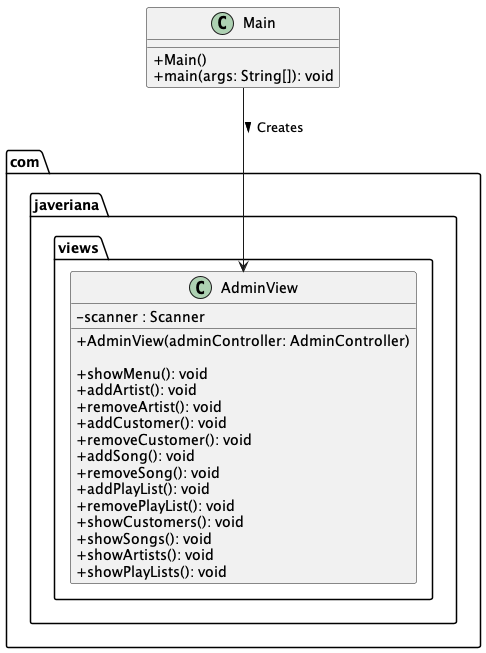
clase-programacion-avanzada/JAVA-Workshop-7 keeps this PlantUML diagram as assets/workshop7-diagram-main-spotify.png. Above is the earlier version. The source it was exported from:
```plantuml
@startuml
skinparam classAttributeIconSize 0
class com.javeriana.models.Artist $Artist {
    - id: UUID
    - name: String

    + Artist(id: UUID, name: String)
    + Artist(name: String)
}

class com.javeriana.models.Customer $Customer {
    - id: UUID
    - username: String
    - password: String
    - name: String
    - lastName: String
    - age: int

    + Customer(username: String, password: String, name: String, lastName: String, age: int)
    + Customer(UUID: id, username: String, password: String, name: String, lastName: String, age: int, List<Artist> followedArtists, List<playList> playLists)
}

class com.javeriana.models.playList $PlayList {
    - id: UUID
    - name: String

    + playList(name: String)
    + playList(UUID: id, name: String, List<Song> songs)
}

class com.javeriana.models.Song $Song {
    - id: UUID
    - name: String
    - genre: String
    - durationInSeconds: int
    - album: String

    + Song(name: String, genre: String, durationInSeconds: int, album: String)
    + Song(UUID: id, name: String, genre: String, durationInSeconds: int, album: String, List<Artist> artists)
}

class com.javeriana.services.ArtistService $ArtistService {

    + ArtistService()

    + getArtists(): List<Artist>
    + addArtist(name: String): Artist
    + removeArtist(id: String): boolean
    + getArtistById(id: String): Artist
    + getArtistsToString(): List<String>
}

class com.javeriana.services.CustomerAdminService $CustomerAdminService {

    + CustomerAdminService()

    + getCustomers(): List<Customer>
    + addCustomer(username: String, password: String, name: String, lastName: String, age: int): Customer
    + removeCustomer(id: String): boolean
    + getCustomerById(id: String): Customer
    + getCustomersToString(): List<String>
}

class com.javeriana.services.SongService $SongService {

    + SongService()

    + getSongs(): List<Song>
    + addSong(name: String, genre: String, durationInSeconds: int, album: String, List<Artist>): Song
    + removeSong(id: String): boolean
    + getSongById(id: String): Song
    + getSongsToString(): List<String>
}

class com.javeriana.services.PlayListService $PlayListService {

    + PlayListService()

    + getPlayLists(): List<playList>
    + addPlayList(name: String): playList
    + removePlayList(id: String): boolean
    + getPlayListById(id: String): playList
    + getPlayListsToString(): List<String>
}

class com.javeriana.controllers.AdminController $AdminController {

    + AdminController(artistService: ArtistService, customerAdminService: CustomerAdminService, songService: SongService, playListService: PlayListService)

    + addArtist(name: String): void
    + removeArtist(id: String): void
    + addCustomer(username: String, password: String, name: String, lastName: String, age: int): void
    + removeCustomer(id: String): void
    + addSong(name: String, genre: String, durationInSeconds: int, album: String, List<Artist>): void
    + removeSong(id: String): void
    + addPlayList(name: String): void
    + removePlayList(id: String): void
    + getCustomersToString(): List<String>
    + getSongsToString(): List<String>
    + getArtistsToString(): List<String>
    + getPlayListsToString(): List<String>

}

class com.javeriana.views.AdminView $AdminView {

    - scanner : Scanner

    + AdminView(adminController: AdminController)

    + showMenu(): void
    + addArtist(): void
    + removeArtist(): void
    + addCustomer(): void
    + removeCustomer(): void
    + addSong(): void
    + removeSong(): void
    + addPlayList(): void
    + removePlayList(): void
    + showCustomers(): void
    + showSongs(): void
    + showArtists(): void
    + showPlayLists(): void
}

class Main $Main {

    + Main()
    + main(args: String[]): void


}

com.javeriana.models.Customer "1" o-> "0..*" com.javeriana.models.playList : Has a list (playLists) >
com.javeriana.models.Customer "1" o--> "0..*" com.javeriana.models.Artist : Has a list (followedArtists) >
com.javeriana.models.playList "1" o--> "0..*" com.javeriana.models.Song : Has a list (songs) >
com.javeriana.models.Song "1" *-> "1..*" com.javeriana.models.Artist : Has a list (artists) >

com.javeriana.services.ArtistService "1" o--> "*" com.javeriana.models.Artist : Has a list (artists) >
com.javeriana.services.CustomerAdminService "1" o--> "*" com.javeriana.models.Customer : Has a list (customers) >
com.javeriana.services.SongService "1" o-> "*" com.javeriana.models.Song : Has a list (songs) >
com.javeriana.services.PlayListService "1" o-> "*" com.javeriana.models.playList : Has a list (playLists) >

com.javeriana.controllers.AdminController "1" *--> "1" com.javeriana.services.ArtistService : Uses >
com.javeriana.controllers.AdminController "1" *--> "1" com.javeriana.services.CustomerAdminService : Uses >
com.javeriana.controllers.AdminController "1" *--> "1" com.javeriana.services.SongService : Uses >
com.javeriana.controllers.AdminController "1" *--> "1" com.javeriana.services.PlayListService : Uses >

com.javeriana.views.AdminView "1" *--> "1" com.javeriana.controllers.AdminController : Uses >

Main -down-> AdminView : Creates >







remove $AdminController

remove $CustomerAdminService
remove $SongService
remove $PlayListService
remove $ArtistService

remove $Artist
remove $Customer
remove $Song
remove $PlayList


@enduml
```
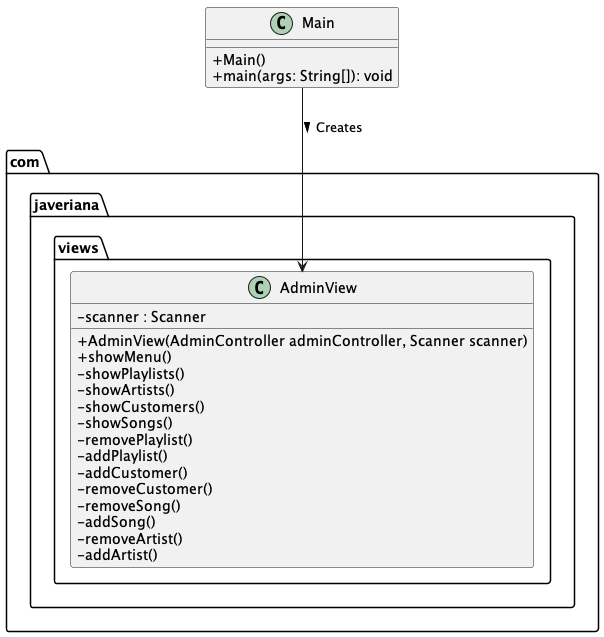
The same diagram one commit later.

Diff of the diagram source:
```diff
@@ -1,6 +1,6 @@
 @startuml
 skinparam classAttributeIconSize 0
-class com.javeriana.models.Artist $Artist {
+class com.javeriana.model.Artist $Artist {
     - id: UUID
     - name: String
 
@@ -8,7 +8,7 @@
     + Artist(name: String)
 }
 
-class com.javeriana.models.Customer $Customer {
+class com.javeriana.model.Customer $Customer {
     - id: UUID
     - username: String
     - password: String
@@ -18,87 +18,136 @@
 
     + Customer(username: String, password: String, name: String, lastName: String, age: int)
     + Customer(UUID: id, username: String, password: String, name: String, lastName: String, age: int, List<Artist> followedArtists, List<playList> playLists)
+
+
+    + getId() : UUID
+    + getUsername() : String
+    + setUsername(String username)
+    + getPassword() : String
+    + setPassword(String password)
+    + getName() : String
+    + setName(String name)
+    + getLastName() : String
+    + setLastName(String lastName)
+    + getAge() : int
+    + setAge(int age)
+    + addArtist(Artist artist) : boolean
+    + removePlaylist(UUID id) : boolean
+    + removeArtist(UUID artistId)
+    + removeSongFromPlayLists(UUID songId)
+    + toString() : String
+    - getPlaylistById(UUID id) : Playlist
+    - getArtistById(UUID id) : Artist
 }
 
-class com.javeriana.models.playList $PlayList {
+class com.javeriana.model.Playlist $Playlist {
     - id: UUID
     - name: String
 
     + playList(name: String)
     + playList(UUID: id, name: String, List<Song> songs)
+
+
+    + getId() : UUID
+    + getName() : String
+    + setName(String name)
+    + getSongs() : List<Song>
+    + removeSong(UUID songId)
+    + removeSongsOfArtist(UUID artistId)
+    + toString() : String
+    - getSongById(UUID songId) : Song
 }
 
-class com.javeriana.models.Song $Song {
+class com.javeriana.model.Song $Song {
     - id: UUID
     - name: String
     - genre: String
     - durationInSeconds: int
     - album: String
 
-    + Song(name: String, genre: String, durationInSeconds: int, album: String)
-    + Song(UUID: id, name: String, genre: String, durationInSeconds: int, album: String, List<Artist> artists)
+    + Song(String name, String genre, int durationInSeconds, String album, List<Artist> artists)
+    + Song(UUID id, String name, String genre, int durationInSeconds, String album, List<Artist> artists)
+    + getId() : UUID
+    + getName() : String
+    + setName(String name)
+    + getGenre() : String
+    + setGenre(String genre)
+    + getDurationInSeconds() : int
+    + setDurationInSeconds(int durationInSeconds)
+    + getAlbum() : String
+    + setAlbum(String album)
+    + getArtists() : List<Artist>
+    + hasArtist(UUID artistId) : boolean
+    + toString() : String
 }
 
-class com.javeriana.services.ArtistService $ArtistService {
+class com.javeriana.service.ArtistService $ArtistService {
 
     + ArtistService()
 
-    + getArtists(): List<Artist>
-    + addArtist(name: String): Artist
-    + removeArtist(id: String): boolean
-    + getArtistById(id: String): Artist
-    + getArtistsToString(): List<String>
+
+    + getArtists() : List<Artist>
+    + addArtist(String name) : Artist
+    + getArtistById(UUID id) : Artist
+    + removeArtist(UUID id) : boolean
+    + getArtistsToString() : List<String>
+    + getArtistsByIds(List<UUID> artists) : List<Artist>
 }
 
-class com.javeriana.services.CustomerAdminService $CustomerAdminService {
+class com.javeriana.service.CustomerAdminService $CustomerAdminService {
 
     + CustomerAdminService()
 
-    + getCustomers(): List<Customer>
-    + addCustomer(username: String, password: String, name: String, lastName: String, age: int): Customer
-    + removeCustomer(id: String): boolean
-    + getCustomerById(id: String): Customer
-    + getCustomersToString(): List<String>
+
+    + getCustomers() : List<Customer>
+    + addCustomer(String username, String password, String name, String lastName, int age)
+    + removeCustomer(UUID id) : boolean
+    + getCustomerById(UUID id) : Customer
+    + getCustomersToString() : List<String>
+    + removePlaylistFromCustomers(UUID playlistId)
+    + removeArtistFromCustomers(UUID artistId)
 }
 
-class com.javeriana.services.SongService $SongService {
+class com.javeriana.service.SongService $SongService {
 
     + SongService()
 
-    + getSongs(): List<Song>
-    + addSong(name: String, genre: String, durationInSeconds: int, album: String, List<Artist>): Song
-    + removeSong(id: String): boolean
-    + getSongById(id: String): Song
-    + getSongsToString(): List<String>
+
+    + getSongs() : List<Song>
+    + addSong(String name, String genre, int durationInSeconds, String album, List<Artist> artists)
+    + removeSong(UUID songId) : boolean
+    + getSongById(UUID songId) : Song
+    + removeSongsOfArtist(UUID artistId)
+    + getSongsToString() : List<String>
 }
 
-class com.javeriana.services.PlayListService $PlayListService {
+class com.javeriana.service.PlaylistService $PlaylistService {
 
-    + PlayListService()
-
-    + getPlayLists(): List<playList>
-    + addPlayList(name: String): playList
-    + removePlayList(id: String): boolean
-    + getPlayListById(id: String): playList
-    + getPlayListsToString(): List<String>
+    + PlaylistService()
+    + getPlaylists() : List<Playlist>
+    + addPlaylist(String name)
+    + removePlaylist(UUID id) : boolean
+    + getPlaylistById(UUID id) : Playlist
+    + removeSongsOfArtist(UUID artistId)
+    + getPlaylistsToString() : List<String>
+    + removeSongFromPlaylists(UUID uuid)
 }
 
-class com.javeriana.controllers.AdminController $AdminController {
+class com.javeriana.controller.AdminController $AdminController {
 
-    + AdminController(artistService: ArtistService, customerAdminService: CustomerAdminService, songService: SongService, playListService: PlayListService)
-
-    + addArtist(name: String): void
-    + removeArtist(id: String): void
-    + addCustomer(username: String, password: String, name: String, lastName: String, age: int): void
-    + removeCustomer(id: String): void
-    + addSong(name: String, genre: String, durationInSeconds: int, album: String, List<Artist>): void
-    + removeSong(id: String): void
-    + addPlayList(name: String): void
-    + removePlayList(id: String): void
-    + getCustomersToString(): List<String>
-    + getSongsToString(): List<String>
-    + getArtistsToString(): List<String>
-    + getPlayListsToString(): List<String>
+     + AdminController(ArtistService artistService, CustomerAdminService customerAdminService, SongService songService, PlaylistService playlistService)
+     + addArtist(String name)
+     + removeArtist(String id)
+     + addCustomer(String username, String password, String name, String lastName, int age)
+     + removeCustomer(String id)
+     + addSong(String name, String genre, int durationInSeconds, String album, List<String> artistIds)
+     + removeSong(String id)
+     + addPlaylist(String name)
+     + removePlaylist(String id)
+     + getArtistsToString() : List<String>
+     + getCustomersToString() : List<String>
+     + getSongsToString() : List<String>
+     + getPlaylistsToString() : List<String>
 
 }
 
@@ -106,21 +155,20 @@
 
     - scanner : Scanner
 
-    + AdminView(adminController: AdminController)
-
-    + showMenu(): void
-    + addArtist(): void
-    + removeArtist(): void
-    + addCustomer(): void
-    + removeCustomer(): void
-    + addSong(): void
-    + removeSong(): void
-    + addPlayList(): void
-    + removePlayList(): void
-    + showCustomers(): void
-    + showSongs(): void
-    + showArtists(): void
-    + showPlayLists(): void
+    + AdminView(AdminController adminController, Scanner scanner)
+    + showMenu()
+    - showPlaylists()
+    - showArtists()
+    - showCustomers()
+    - showSongs()
+    - removePlaylist()
+    - addPlaylist()
+    - addCustomer()
+    - removeCustomer()
+    - removeSong()
+    - addSong()
+    - removeArtist()
+    - addArtist()
 }
 
 class Main $Main {
@@ -131,22 +179,22 @@
 
 }
 
-com.javeriana.models.Customer "1" o-> "0..*" com.javeriana.models.playList : Has a list (playLists) >
-com.javeriana.models.Customer "1" o--> "0..*" com.javeriana.models.Artist : Has a list (followedArtists) >
-com.javeriana.models.playList "1" o--> "0..*" com.javeriana.models.Song : Has a list (songs) >
-com.javeriana.models.Song "1" *-> "1..*" com.javeriana.models.Artist : Has a list (artists) >
+com.javeriana.model.Customer "1" o-> "0..*" com.javeriana.model.Playlist : Has a list (playlists) >
+com.javeriana.model.Customer "1" o--> "0..*" com.javeriana.model.Artist : Has a list (followedArtists) >
+com.javeriana.model.Playlist "1" o--> "0..*" com.javeriana.model.Song : Has a list (songs) >
+com.javeriana.model.Song "1" *-> "1..*" com.javeriana.model.Artist : Has a list (artists) >
 
-com.javeriana.services.ArtistService "1" o--> "*" com.javeriana.models.Artist : Has a list (artists) >
-com.javeriana.services.CustomerAdminService "1" o--> "*" com.javeriana.models.Customer : Has a list (customers) >
-com.javeriana.services.SongService "1" o-> "*" com.javeriana.models.Song : Has a list (songs) >
-com.javeriana.services.PlayListService "1" o-> "*" com.javeriana.models.playList : Has a list (playLists) >
+com.javeriana.service.ArtistService "1" o--> "*" com.javeriana.model.Artist : Has a list (artists) >
+com.javeriana.service.CustomerAdminService "1" o--> "*" com.javeriana.model.Customer : Has a list (customers) >
+com.javeriana.service.SongService "1" o-> "*" com.javeriana.model.Song : Has a list (songs) >
+com.javeriana.service.PlaylistService "1" o-> "*" com.javeriana.model.Playlist : Has a list (playLists) >
 
-com.javeriana.controllers.AdminController "1" *--> "1" com.javeriana.services.ArtistService : Uses >
-com.javeriana.controllers.AdminController "1" *--> "1" com.javeriana.services.CustomerAdminService : Uses >
-com.javeriana.controllers.AdminController "1" *--> "1" com.javeriana.services.SongService : Uses >
-com.javeriana.controllers.AdminController "1" *--> "1" com.javeriana.services.PlayListService : Uses >
+com.javeriana.controller.AdminController "1" *--> "1" com.javeriana.service.ArtistService : Uses >
+com.javeriana.controller.AdminController "1" *--> "1" com.javeriana.service.CustomerAdminService : Uses >
+com.javeriana.controller.AdminController "1" *--> "1" com.javeriana.service.SongService : Uses >
+com.javeriana.controller.AdminController "1" *--> "1" com.javeriana.service.PlaylistService : Uses >
 
-com.javeriana.views.AdminView "1" *--> "1" com.javeriana.controllers.AdminController : Uses >
+com.javeriana.views.AdminView "1" *--> "1" com.javeriana.controller.AdminController : Uses >
 
 Main -down-> AdminView : Creates >
 
@@ -160,13 +208,13 @@
 
 remove $CustomerAdminService
 remove $SongService
-remove $PlayListService
+remove $PlaylistService
 remove $ArtistService
 
 remove $Artist
 remove $Customer
 remove $Song
-remove $PlayList
+remove $Playlist
 
 
 @enduml
```
